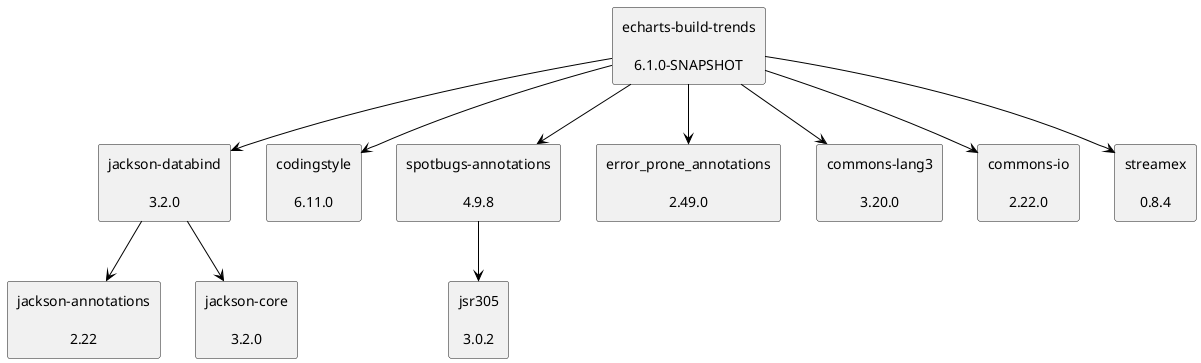
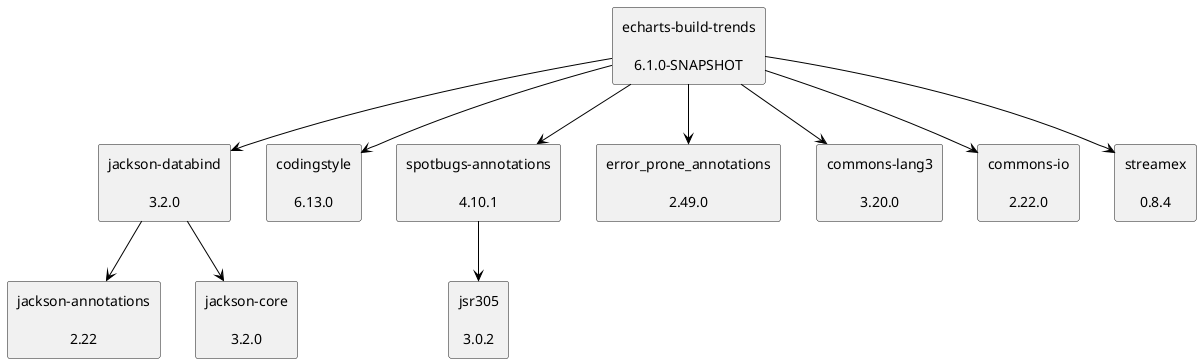
@startuml
skinparam defaultTextAlignment center
skinparam rectangle {
  BackgroundColor<<optional>> beige
  BackgroundColor<<test>> lightGreen
  BackgroundColor<<runtime>> lightBlue
  BackgroundColor<<provided>> lightGray
}
rectangle "jackson-databind\n\n3.2.0" as tools_jackson_core_jackson_databind_jar
rectangle "jackson-annotations\n\n2.22" as com_fasterxml_jackson_core_jackson_annotations_jar
rectangle "jackson-core\n\n3.2.0" as tools_jackson_core_jackson_core_jar
rectangle "echarts-build-trends\n\n6.1.0-SNAPSHOT" as edu_hm_hafner_echarts_build_trends_jar
- rectangle "codingstyle\n\n6.11.0" as edu_hm_hafner_codingstyle_jar
- rectangle "spotbugs-annotations\n\n4.9.8" as com_github_spotbugs_spotbugs_annotations_jar
+ rectangle "codingstyle\n\n6.13.0" as edu_hm_hafner_codingstyle_jar
+ rectangle "spotbugs-annotations\n\n4.10.1" as com_github_spotbugs_spotbugs_annotations_jar
rectangle "jsr305\n\n3.0.2" as com_google_code_findbugs_jsr305_jar
rectangle "error_prone_annotations\n\n2.49.0" as com_google_errorprone_error_prone_annotations_jar
rectangle "commons-lang3\n\n3.20.0" as org_apache_commons_commons_lang3_jar
rectangle "commons-io\n\n2.22.0" as commons_io_commons_io_jar
rectangle "streamex\n\n0.8.4" as one_util_streamex_jar
tools_jackson_core_jackson_databind_jar -[#000000]-> com_fasterxml_jackson_core_jackson_annotations_jar
tools_jackson_core_jackson_databind_jar -[#000000]-> tools_jackson_core_jackson_core_jar
edu_hm_hafner_echarts_build_trends_jar -[#000000]-> tools_jackson_core_jackson_databind_jar
edu_hm_hafner_echarts_build_trends_jar -[#000000]-> edu_hm_hafner_codingstyle_jar
com_github_spotbugs_spotbugs_annotations_jar -[#000000]-> com_google_code_findbugs_jsr305_jar
edu_hm_hafner_echarts_build_trends_jar -[#000000]-> com_github_spotbugs_spotbugs_annotations_jar
edu_hm_hafner_echarts_build_trends_jar -[#000000]-> com_google_errorprone_error_prone_annotations_jar
edu_hm_hafner_echarts_build_trends_jar -[#000000]-> org_apache_commons_commons_lang3_jar
edu_hm_hafner_echarts_build_trends_jar -[#000000]-> commons_io_commons_io_jar
edu_hm_hafner_echarts_build_trends_jar -[#000000]-> one_util_streamex_jar
@enduml